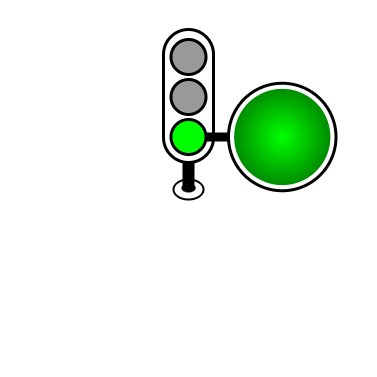
priobike/priobike-flutter-app keeps this draw.io diagram as assets/images/trafficlight-green-countdown.drawio.png. Above is the earlier version. Source tidied: cells renumbered, new cells last; positions are measured from the earlier drawing's top-left corner, leaving out a move shared by most shapes.
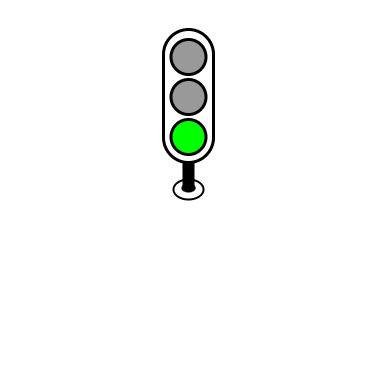
After the change.

Commit message:
Draft new speedometer design with countdown in speedometer

The edit, as a diff of the source:
```diff
@@ -17,15 +17,6 @@
     <mxCell id="6" style="ellipse;whiteSpace=wrap;html=1;fillColor=#00FF00;fontColor=#333333;strokeColor=#000000;strokeWidth=3;shadow=0;" parent="1" vertex="1">
       <mxGeometry x="170.5" y="119" width="35" height="35" as="geometry" />
     </mxCell>
-    <mxCell id="7" style="ellipse;whiteSpace=wrap;html=1;shadow=0;gradientDirection=radial;strokeWidth=3;" parent="1" vertex="1">
-      <mxGeometry x="228" y="82.8" width="107.5" height="107.5" as="geometry" />
-    </mxCell>
-    <mxCell id="8" style="endArrow=none;html=1;rounded=0;strokeWidth=9;" parent="1" edge="1" source="6" target="7">
-      <mxGeometry relative="1" as="geometry" />
-    </mxCell>
-    <mxCell id="9" style="ellipse;whiteSpace=wrap;html=1;shadow=0;fillColor=#00FF00;gradientColor=#008C00;gradientDirection=radial;strokeWidth=3;strokeColor=none;" parent="1" vertex="1">
-      <mxGeometry x="233.6" y="88.4" width="96.2" height="96.2" as="geometry" />
-    </mxCell>
     <mxCell id="10" style="ellipse;whiteSpace=wrap;html=1;strokeWidth=2;" parent="1" vertex="1">
       <mxGeometry x="173" y="179" width="30" height="20" as="geometry" />
     </mxCell>
```
